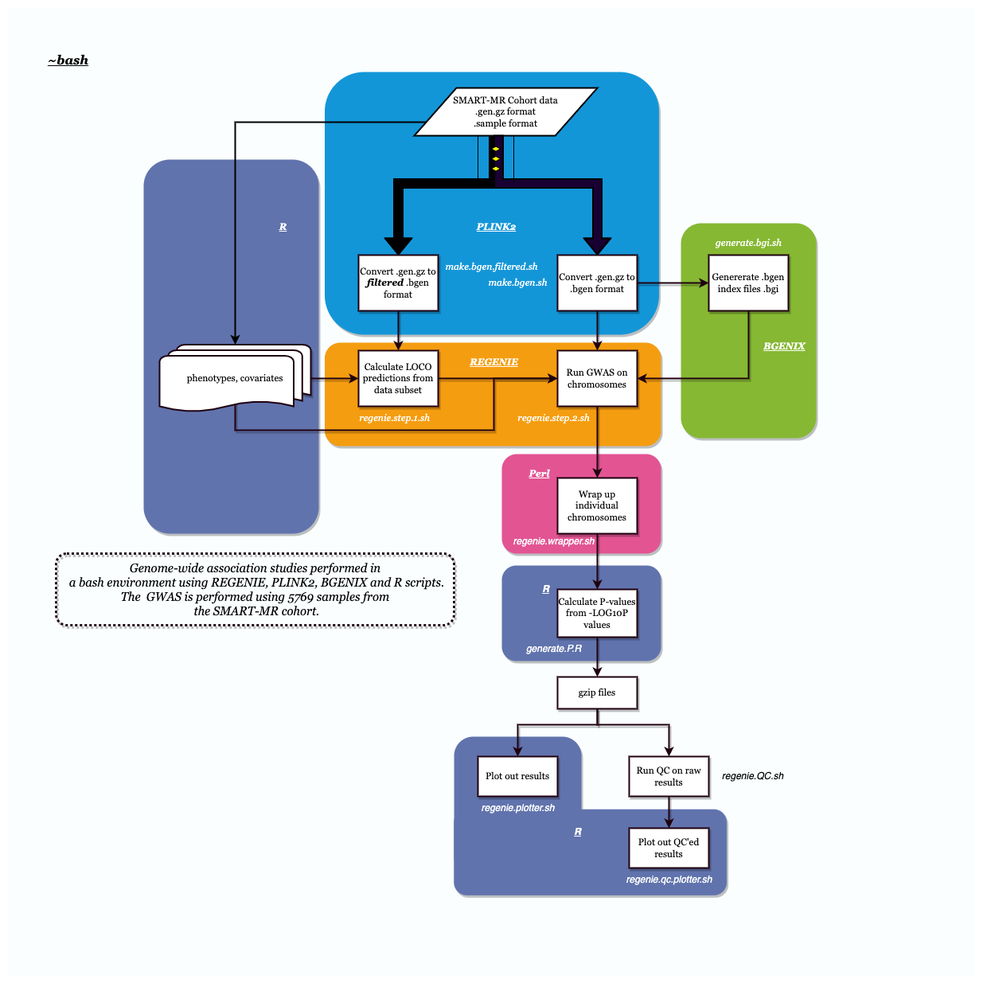
xEmz/xEmz keeps this draw.io diagram as REGENIE_SMART_UMC.drawio.png. Above is the earlier version. Source tidied: cells renumbered, new cells last; positions are measured from the earlier drawing's top-left corner, leaving out a move shared by most shapes.
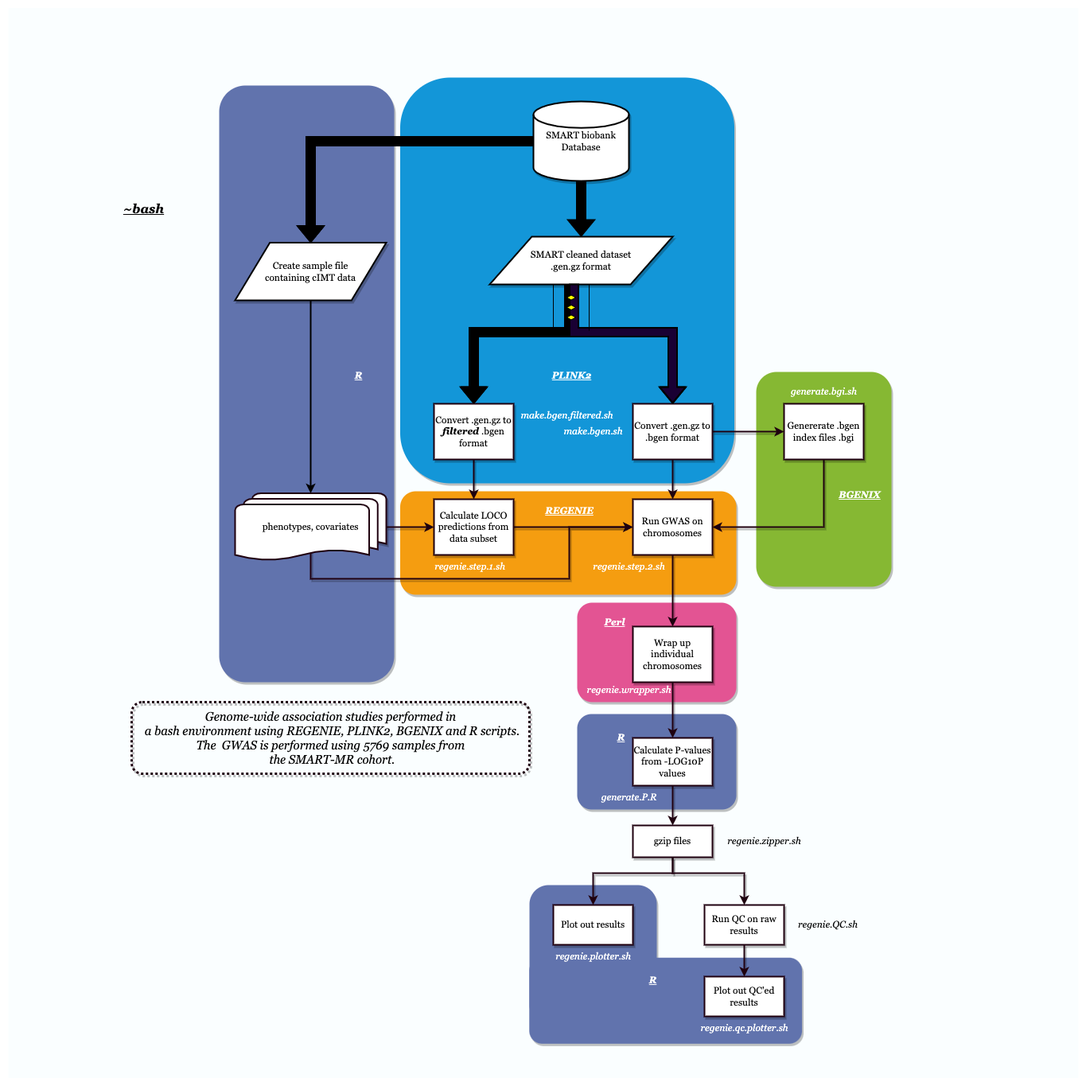
Above is the later version.

Diff of the diagram source:
```diff
@@ -3,7 +3,7 @@
     <mxCell id="0" />
     <mxCell id="1" parent="0" />
     <mxCell id="2" style="whiteSpace=wrap;html=1;strokeWidth=20;fontFamily=Georgia;fontColor=#000000;fillColor=#FAFEFF;strokeColor=none;sketch=0;" parent="1" vertex="1">
-      <mxGeometry x="-0.4" width="1215" height="1215" as="geometry" />
+      <mxGeometry x="-95" y="-187.5" width="1345" height="1345" as="geometry" />
     </mxCell>
     <mxCell id="3" style="whiteSpace=wrap;html=1;fontFamily=Georgia;fontColor=none;fillColor=#6173AD;strokeColor=none;sketch=0;glass=0;shadow=1;rounded=1;" parent="1" vertex="1">
       <mxGeometry x="560" y="915" width="160" height="175" as="geometry" />
@@ -18,15 +18,12 @@
       <mxGeometry x="845" y="270" width="170" height="270" as="geometry" />
     </mxCell>
     <mxCell id="7" style="whiteSpace=wrap;html=1;fontFamily=Georgia;fontColor=none;fillColor=#6173AD;strokeColor=none;sketch=0;glass=0;shadow=1;rounded=1;" parent="1" vertex="1">
-      <mxGeometry x="170" y="190" width="220" height="470" as="geometry" />
+      <mxGeometry x="170" y="-90" width="220" height="750" as="geometry" />
     </mxCell>
     <mxCell id="8" style="whiteSpace=wrap;html=1;fillColor=#1396D8;strokeColor=none;fontFamily=Georgia;sketch=0;glass=0;shadow=1;rounded=1;" parent="1" vertex="1">
-      <mxGeometry x="397.5" y="80" width="420" height="330" as="geometry" />
+      <mxGeometry x="397.5" y="-100" width="420" height="510" as="geometry" />
     </mxCell>
-    <mxCell id="9" style="edgeStyle=orthogonalEdgeStyle;jettySize=auto;html=1;strokeColor=default;strokeWidth=2;fillColor=#000000;exitX=0;exitY=0.75;exitDx=0;exitDy=0;fontFamily=Georgia;rounded=0;sketch=0;" parent="1" edge="1" source="10" target="27">
-      <mxGeometry relative="1" as="geometry" />
-    </mxCell>
-    <mxCell id="10" value="&lt;font&gt;SMART-MR Cohort data&lt;br&gt;.gen.gz format&lt;br&gt;.sample format&lt;/font&gt;" style="shape=parallelogram;html=1;strokeWidth=2;perimeter=parallelogramPerimeter;whiteSpace=wrap;arcSize=12;size=0.23;fontFamily=Georgia;strokeColor=default;sketch=0;" parent="1" vertex="1">
+    <mxCell id="10" value="&lt;font&gt;SMART cleaned dataset&lt;br&gt;.gen.gz format&lt;br&gt;&lt;/font&gt;" style="shape=parallelogram;html=1;strokeWidth=2;perimeter=parallelogramPerimeter;whiteSpace=wrap;arcSize=12;size=0.23;fontFamily=Georgia;strokeColor=default;sketch=0;shadow=1;" parent="1" vertex="1">
       <mxGeometry x="510" y="100" width="230" height="60" as="geometry" />
     </mxCell>
     <mxCell id="11" style="shape=flexArrow;endArrow=classic;html=1;strokeWidth=2;strokeColor=default;fillColor=#000000;entryX=0.5;entryY=0;entryDx=0;entryDy=0;fontFamily=Georgia;rounded=0;sketch=0;" parent="1" edge="1" target="13">
@@ -186,26 +183,49 @@
     <mxCell id="52" style="edgeStyle=orthogonalEdgeStyle;jettySize=auto;html=1;strokeColor=#1F000F;strokeWidth=2;fillColor=#000000;fontFamily=Georgia;rounded=0;sketch=0;shadow=1;" parent="1" edge="1" source="49" target="24">
       <mxGeometry relative="1" as="geometry" />
     </mxCell>
-    <mxCell id="53" value="&lt;i&gt;regenie.wrapper.sh&lt;/i&gt;" style="text;html=1;align=center;verticalAlign=middle;strokeColor=none;fillColor=none;fontColor=#FFFFFF;" parent="1" vertex="1">
+    <mxCell id="53" value="&lt;i&gt;regenie.wrapper.sh&lt;/i&gt;" style="text;html=1;align=center;verticalAlign=middle;strokeColor=none;fillColor=none;fontColor=#FFFFFF;fontFamily=Georgia;" parent="1" vertex="1">
       <mxGeometry x="620" y="655" width="130" height="30" as="geometry" />
     </mxCell>
-    <mxCell id="54" value="&lt;i&gt;generate.P.R&lt;/i&gt;" style="text;html=1;align=center;verticalAlign=middle;strokeColor=none;fillColor=none;fontColor=#FFFFFF;" parent="1" vertex="1">
+    <mxCell id="54" value="&lt;i&gt;generate.P.R&lt;/i&gt;" style="text;html=1;align=center;verticalAlign=middle;strokeColor=none;fillColor=none;fontColor=#FFFFFF;fontFamily=Georgia;" parent="1" vertex="1">
       <mxGeometry x="640" y="790" width="90" height="30" as="geometry" />
     </mxCell>
-    <mxCell id="55" value="&lt;i&gt;regenie.plotter.sh&lt;/i&gt;" style="text;html=1;align=center;verticalAlign=middle;strokeColor=none;fillColor=none;fontColor=#FFFFFF;" parent="1" vertex="1">
+    <mxCell id="55" value="&lt;i&gt;regenie.plotter.sh&lt;/i&gt;" style="text;html=1;align=center;verticalAlign=middle;strokeColor=none;fillColor=none;fontColor=#FFFFFF;fontFamily=Georgia;" parent="1" vertex="1">
       <mxGeometry x="580" y="990" width="120" height="30" as="geometry" />
     </mxCell>
-    <mxCell id="56" value="&lt;i&gt;regenie.QC.sh&lt;/i&gt;" style="text;html=1;align=center;verticalAlign=middle;strokeColor=none;fillColor=none;" parent="1" vertex="1">
+    <mxCell id="56" value="&lt;i&gt;regenie.QC.sh&lt;/i&gt;" style="text;html=1;align=center;verticalAlign=middle;strokeColor=none;fillColor=none;fontFamily=Georgia;" parent="1" vertex="1">
       <mxGeometry x="885" y="950" width="100" height="30" as="geometry" />
     </mxCell>
-    <mxCell id="57" value="&lt;i&gt;regenie.qc.plotter.sh&lt;/i&gt;" style="text;html=1;align=center;verticalAlign=middle;strokeColor=none;fillColor=none;fontColor=#FFFFFF;" parent="1" vertex="1">
+    <mxCell id="57" value="&lt;i&gt;regenie.qc.plotter.sh&lt;/i&gt;" style="text;html=1;align=center;verticalAlign=middle;strokeColor=none;fillColor=none;fontColor=#FFFFFF;fontFamily=Georgia;" parent="1" vertex="1">
       <mxGeometry x="765" y="1080" width="130" height="30" as="geometry" />
     </mxCell>
-    <mxCell id="58" value="&lt;i&gt;&lt;u&gt;&lt;b&gt;R&lt;/b&gt;&lt;/u&gt;&lt;/i&gt;" style="text;html=1;align=center;verticalAlign=middle;strokeColor=none;fillColor=none;rounded=1;shadow=1;glass=0;fontColor=#FFFFFF;" parent="1" vertex="1">
+    <mxCell id="58" value="&lt;i&gt;&lt;u&gt;&lt;b&gt;R&lt;/b&gt;&lt;/u&gt;&lt;/i&gt;" style="text;html=1;align=center;verticalAlign=middle;strokeColor=none;fillColor=none;rounded=1;shadow=1;glass=0;fontColor=#FFFFFF;fontFamily=Georgia;" parent="1" vertex="1">
       <mxGeometry x="660" y="715" width="30" height="30" as="geometry" />
     </mxCell>
-    <mxCell id="59" value="&lt;i&gt;&lt;u&gt;&lt;b&gt;R&lt;/b&gt;&lt;/u&gt;&lt;/i&gt;" style="text;html=1;align=center;verticalAlign=middle;strokeColor=none;fillColor=none;rounded=1;shadow=1;glass=0;fontColor=#FFFFFF;" parent="1" vertex="1">
+    <mxCell id="59" value="&lt;i&gt;&lt;u&gt;&lt;b&gt;R&lt;/b&gt;&lt;/u&gt;&lt;/i&gt;" style="text;html=1;align=center;verticalAlign=middle;strokeColor=none;fillColor=none;rounded=1;shadow=1;glass=0;fontColor=#FFFFFF;fontFamily=Georgia;" parent="1" vertex="1">
       <mxGeometry x="700" y="1020" width="30" height="30" as="geometry" />
     </mxCell>
+    <mxCell id="60" value="SMART biobank Database" style="strokeWidth=2;html=1;shape=mxgraph.flowchart.database;whiteSpace=wrap;fontColor=#000000;fillColor=default;strokeColor=#000000;sketch=0;shadow=1;fontFamily=Georgia;" parent="1" vertex="1">
+      <mxGeometry x="565" y="-70" width="120" height="100" as="geometry" />
+    </mxCell>
+    <mxCell id="61" style="shape=flexArrow;endArrow=classic;html=1;rounded=0;fontColor=#000000;fillColor=#000000;entryX=0.5;entryY=0;entryDx=0;entryDy=0;strokeWidth=2;exitX=0.5;exitY=1;exitDx=0;exitDy=0;exitPerimeter=0;" parent="1" edge="1" source="60" target="10">
+      <mxGeometry relative="1" as="geometry" />
+    </mxCell>
+    <mxCell id="62" style="edgeStyle=orthogonalEdgeStyle;rounded=0;jettySize=auto;html=1;entryX=0.5;entryY=0;entryDx=0;entryDy=0;entryPerimeter=0;strokeWidth=2;fontColor=#000000;fillColor=#000000;" parent="1" edge="1" source="63" target="27">
+      <mxGeometry relative="1" as="geometry" />
+    </mxCell>
+    <mxCell id="63" value="Create sample file &lt;br&gt;containing cIMT data" style="shape=parallelogram;html=1;strokeWidth=2;perimeter=parallelogramPerimeter;whiteSpace=wrap;rounded=0;arcSize=12;size=0.23;strokeColor=#000000;fontColor=#000000;fillColor=default;shadow=1;fontFamily=Georgia;" parent="1" vertex="1">
+      <mxGeometry x="190" y="107.5" width="190" height="72.5" as="geometry" />
+    </mxCell>
+    <mxCell id="64" style="shape=flexArrow;endArrow=classic;html=1;strokeWidth=2;strokeColor=default;fillColor=#000000;entryX=0.5;entryY=0;entryDx=0;entryDy=0;fontFamily=Georgia;rounded=0;sketch=0;exitX=0;exitY=0.5;exitDx=0;exitDy=0;exitPerimeter=0;" parent="1" edge="1" source="60" target="63">
+      <mxGeometry relative="1" as="geometry">
+        <Array as="points">
+          <mxPoint x="500" y="-20" />
+          <mxPoint x="285" y="-20" />
+        </Array>
+      </mxGeometry>
+    </mxCell>
+    <mxCell id="65" value="&lt;i&gt;regenie.zipper.sh&lt;/i&gt;" style="text;html=1;align=center;verticalAlign=middle;strokeColor=none;fillColor=none;fontFamily=Georgia;" parent="1" vertex="1">
+      <mxGeometry x="795" y="845" width="120" height="30" as="geometry" />
+    </mxCell>
   </root>
 </mxGraphModel>
```
